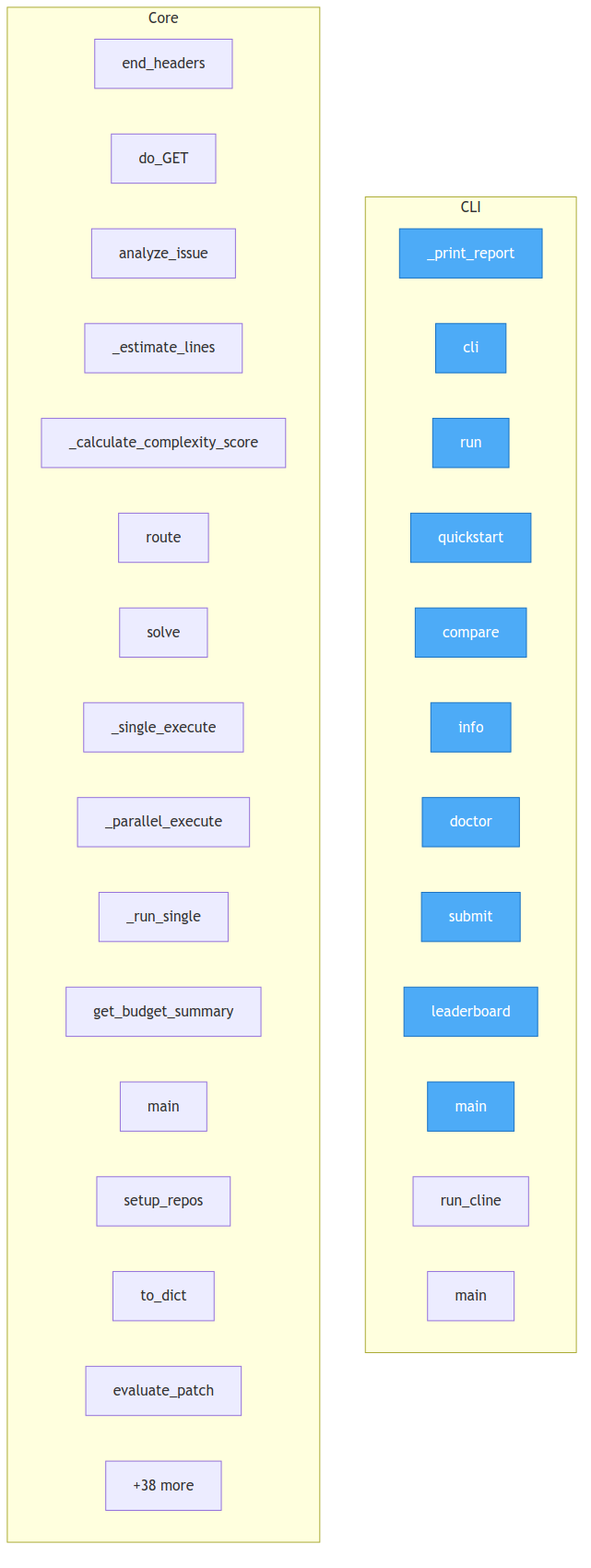
semcod/qualbench keeps this Mermaid diagram as project/flow.png. Above is the earlier version. Its source is kept beside it as project/flow.mmd.
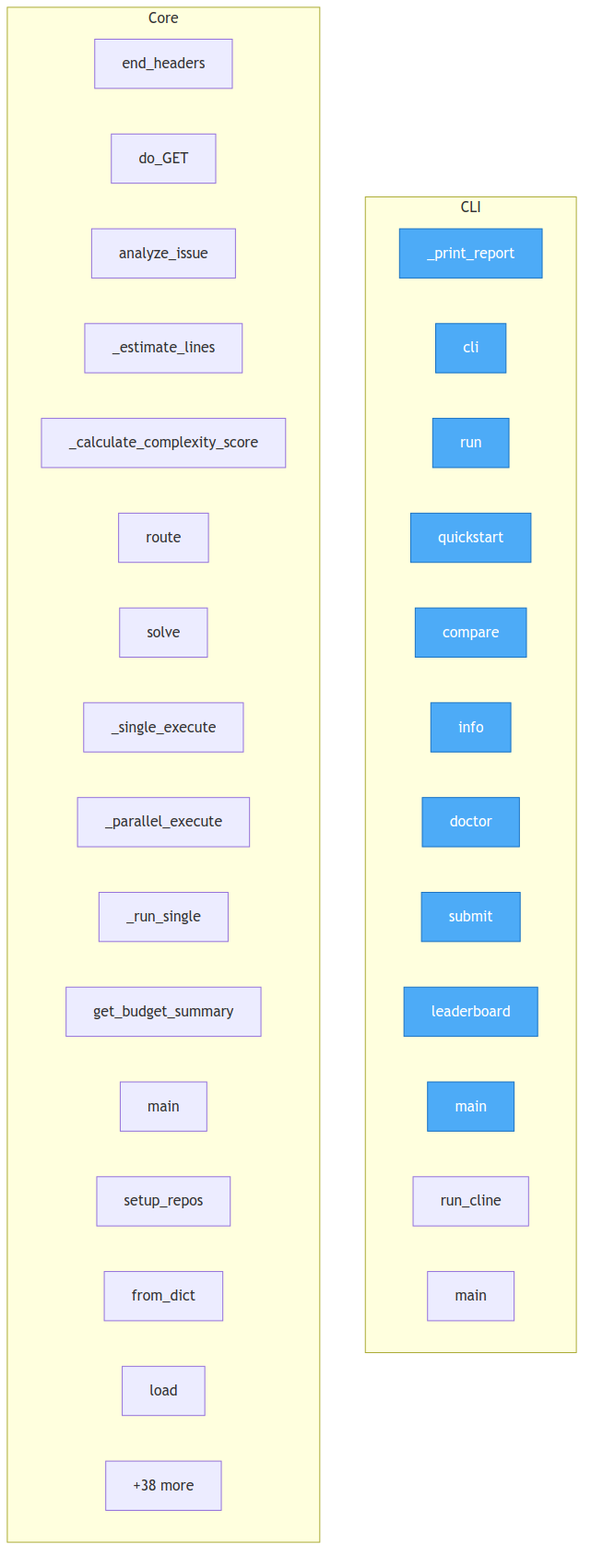
After the commit.

What changed in the source:
```diff
@@ -31,8 +31,8 @@
         qualbench__supervisor__SupervisorAI__get_budget_summary["get_budget_summary"]
         qualbench__supervisor__main["main"]
         qualbench__utils__repos__setup_repos["setup_repos"]
-        qualbench__evaluation__EvaluationResult__to_dict["to_dict"]
-        qualbench__evaluation__evaluate_patch["evaluate_patch"]
+        qualbench__dataset__Issue__from_dict["from_dict"]
+        qualbench__dataset__Dataset__load["load"]
         ...["+38 more"]
     end
 
```
